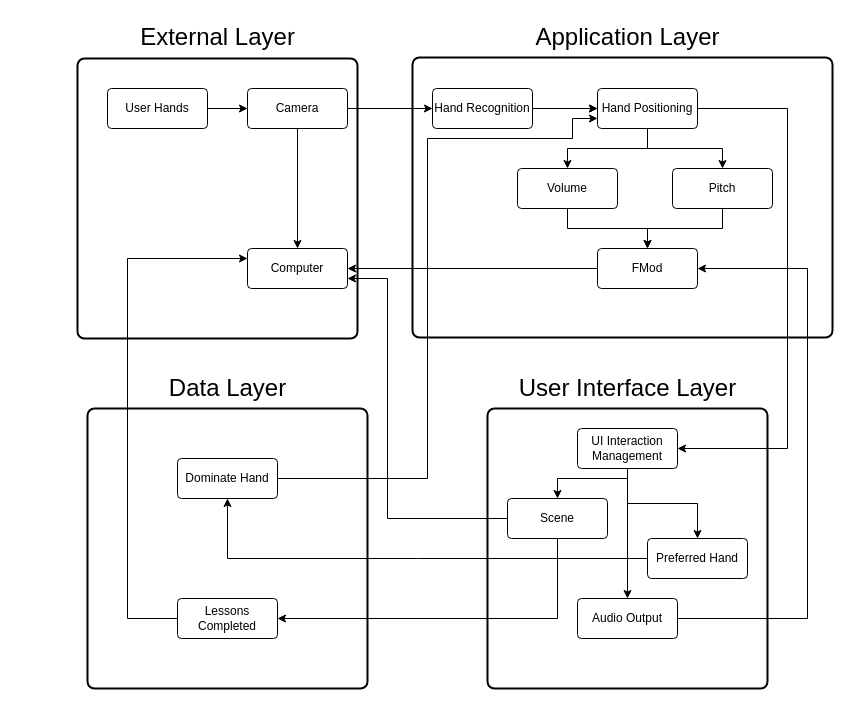
The draw.io diagram diagram.drawio in ScottFrazier17/ThereMelo, before the edit. Source tidied: cells renumbered, new cells numbered last; positions are measured from the earlier drawing's top-left corner, leaving out a move shared by most shapes. Both pictures are drawn from the tidied source at 100%, with x=0, y=0 at pixel (77, 17).
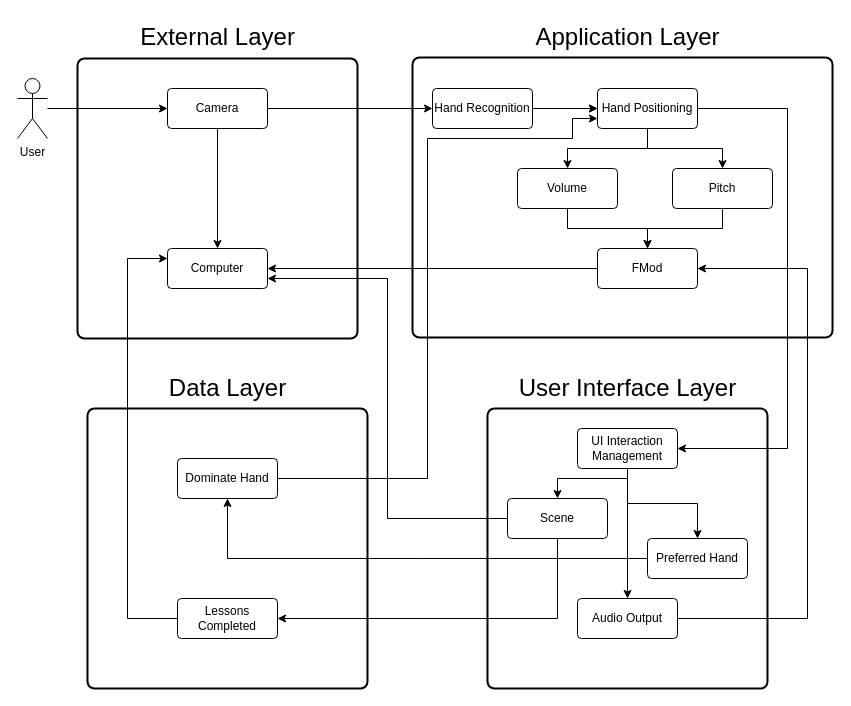
The same page after the edit.

Commit message:
removed user hands

Unchanged cells that the change refers to:
```xml
<mxCell id="20" value="FMod" style="rounded=1;arcSize=10;whiteSpace=wrap;html=1;align=center;" parent="1" vertex="1">
  <mxGeometry x="520" y="231" width="100" height="40" as="geometry" />
</mxCell>
```

What changed in the source:
```diff
@@
     <mxCell id="12" value="Computer" style="rounded=1;arcSize=10;whiteSpace=wrap;html=1;align=center;" parent="1" vertex="1">
-      <mxGeometry x="170" y="231" width="100" height="40" as="geometry" />
+      <mxGeometry x="90" y="231" width="100" height="40" as="geometry" />
     </mxCell>
@@
     <mxCell id="15" value="Camera" style="rounded=1;arcSize=10;whiteSpace=wrap;html=1;align=center;" parent="1" vertex="1">
-      <mxGeometry x="170" y="71" width="100" height="40" as="geometry" />
+      <mxGeometry x="90" y="71" width="100" height="40" as="geometry" />
     </mxCell>
@@
-    <mxCell id="19" style="edgeStyle=orthogonalEdgeStyle;rounded=0;jettySize=auto;html=1;entryX=1;entryY=0.5;entryDx=0;entryDy=0;" parent="1" edge="1" source="20">
-      <mxGeometry relative="1" as="geometry">
-        <mxPoint x="270" y="251" as="targetPoint" />
-      </mxGeometry>
+    <mxCell id="19" style="edgeStyle=orthogonalEdgeStyle;rounded=0;jettySize=auto;html=1;entryX=1;entryY=0.5;entryDx=0;entryDy=0;" parent="1" edge="1" source="20" target="12">
+      <mxGeometry relative="1" as="geometry" />
     </mxCell>
@@
-    <mxCell id="29" style="edgeStyle=orthogonalEdgeStyle;rounded=0;jettySize=auto;html=1;entryX=0;entryY=0.5;entryDx=0;entryDy=0;" parent="1" edge="1" source="30" target="15">
-      <mxGeometry relative="1" as="geometry" />
-    </mxCell>
-    <mxCell id="30" value="User Hands" style="rounded=1;arcSize=10;whiteSpace=wrap;html=1;align=center;" parent="1" vertex="1">
-      <mxGeometry x="30" y="71" width="100" height="40" as="geometry" />
-    </mxCell>
@@
+    <mxCell id="44" style="edgeStyle=orthogonalEdgeStyle;rounded=0;jettySize=auto;html=1;entryX=0;entryY=0.5;entryDx=0;entryDy=0;" parent="1" edge="1" source="45" target="15">
+      <mxGeometry relative="1" as="geometry" />
+    </mxCell>
+    <mxCell id="45" value="User" style="shape=umlActor;verticalLabelPosition=bottom;verticalAlign=top;html=1;outlineConnect=0;" parent="1" vertex="1">
+      <mxGeometry x="-60" y="61" width="30" height="60" as="geometry" />
+    </mxCell>
```
